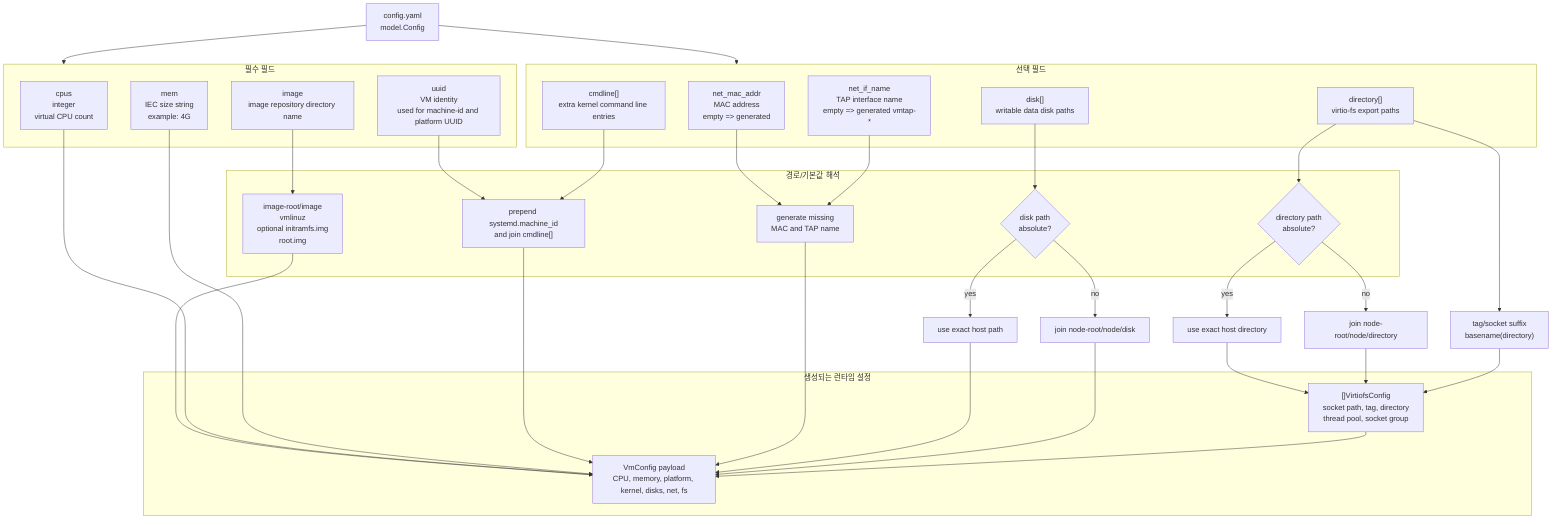
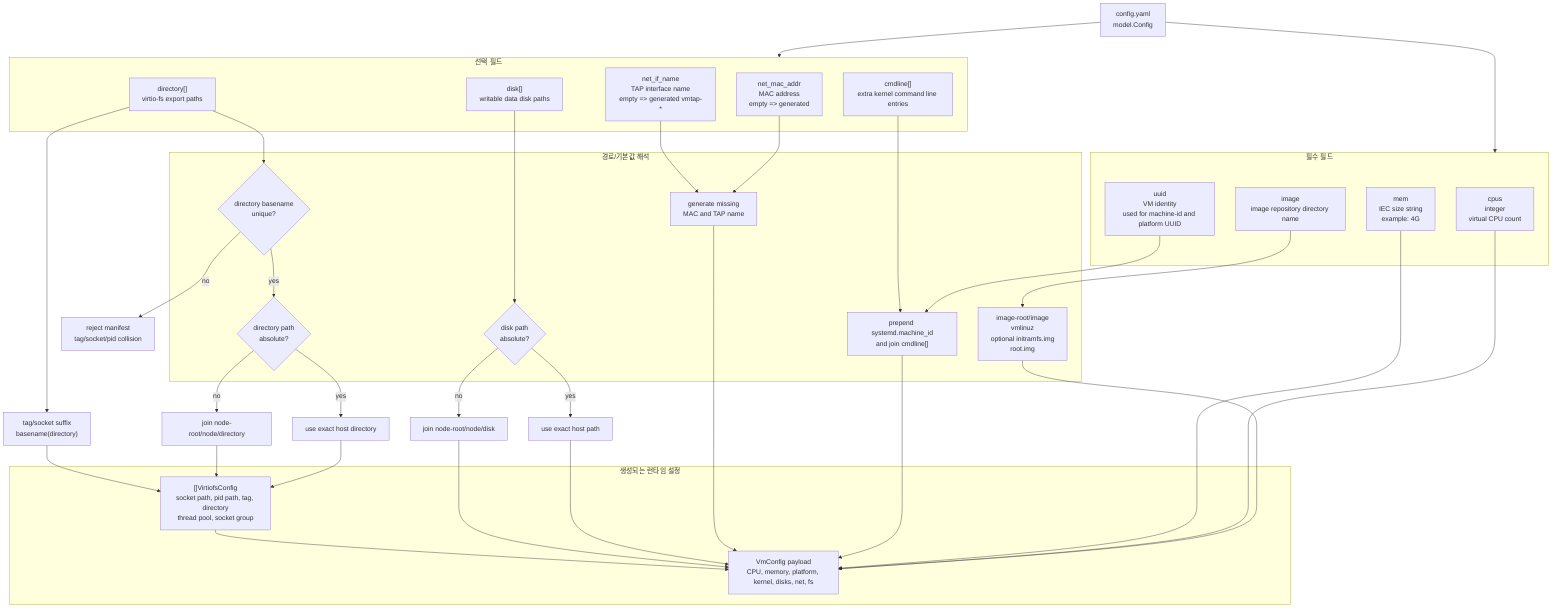
flowchart TD
    cfg["config.yaml\nmodel.Config"]

    subgraph required["필수 필드"]
        cpus["cpus\ninteger\nvirtual CPU count"]
        mem["mem\nIEC size string\nexample: 4G"]
        uuid["uuid\nVM identity\nused for machine-id and platform UUID"]
        image["image\nimage repository directory name"]
    end

    subgraph optional["선택 필드"]
        mac["net_mac_addr\nMAC address\nempty => generated"]
        tap["net_if_name\nTAP interface name\nempty => generated vmtap-*"]
        cmdline["cmdline[]\nextra kernel command line entries"]
        disk["disk[]\nwritable data disk paths"]
        directory["directory[]\nvirtio-fs export paths"]
    end

    subgraph resolution["경로/기본값 해석"]
        imageBase["image-root/image\nvmlinuz\noptional initramfs.img\nroot.img"]
        diskRule{"disk path\nabsolute?"}
+         basenameRule{"directory basename\nunique?"}
        dirRule{"directory path\nabsolute?"}
        defaults["generate missing\nMAC and TAP name"]
        cmd["prepend systemd.machine_id\nand join cmdline[]"]
    end

    subgraph vmcfg["생성되는 런타임 설정"]
        payload["VmConfig payload\nCPU, memory, platform, kernel, disks, net, fs"]
-         vfs["[]VirtiofsConfig\nsocket path, tag, directory\nthread pool, socket group"]
+         vfs["[]VirtiofsConfig\nsocket path, pid path, tag, directory\nthread pool, socket group"]
    end

    cfg --> required
    cfg --> optional
    image --> imageBase --> payload
    cpus --> payload
    mem --> payload
    uuid --> cmd --> payload
    cmdline --> cmd
    mac --> defaults --> payload
    tap --> defaults
    disk --> diskRule
    diskRule -- yes --> diskAbs["use exact host path"] --> payload
    diskRule -- no --> diskRel["join node-root/node/disk"] --> payload
-     directory --> dirRule
+     directory --> basenameRule
+     basenameRule -- no --> reject["reject manifest\ntag/socket/pid collision"]
+     basenameRule -- yes --> dirRule
    dirRule -- yes --> dirAbs["use exact host directory"] --> vfs
    dirRule -- no --> dirRel["join node-root/node/directory"] --> vfs
    directory --> tag["tag/socket suffix\nbasename(directory)"] --> vfs
    vfs --> payload
